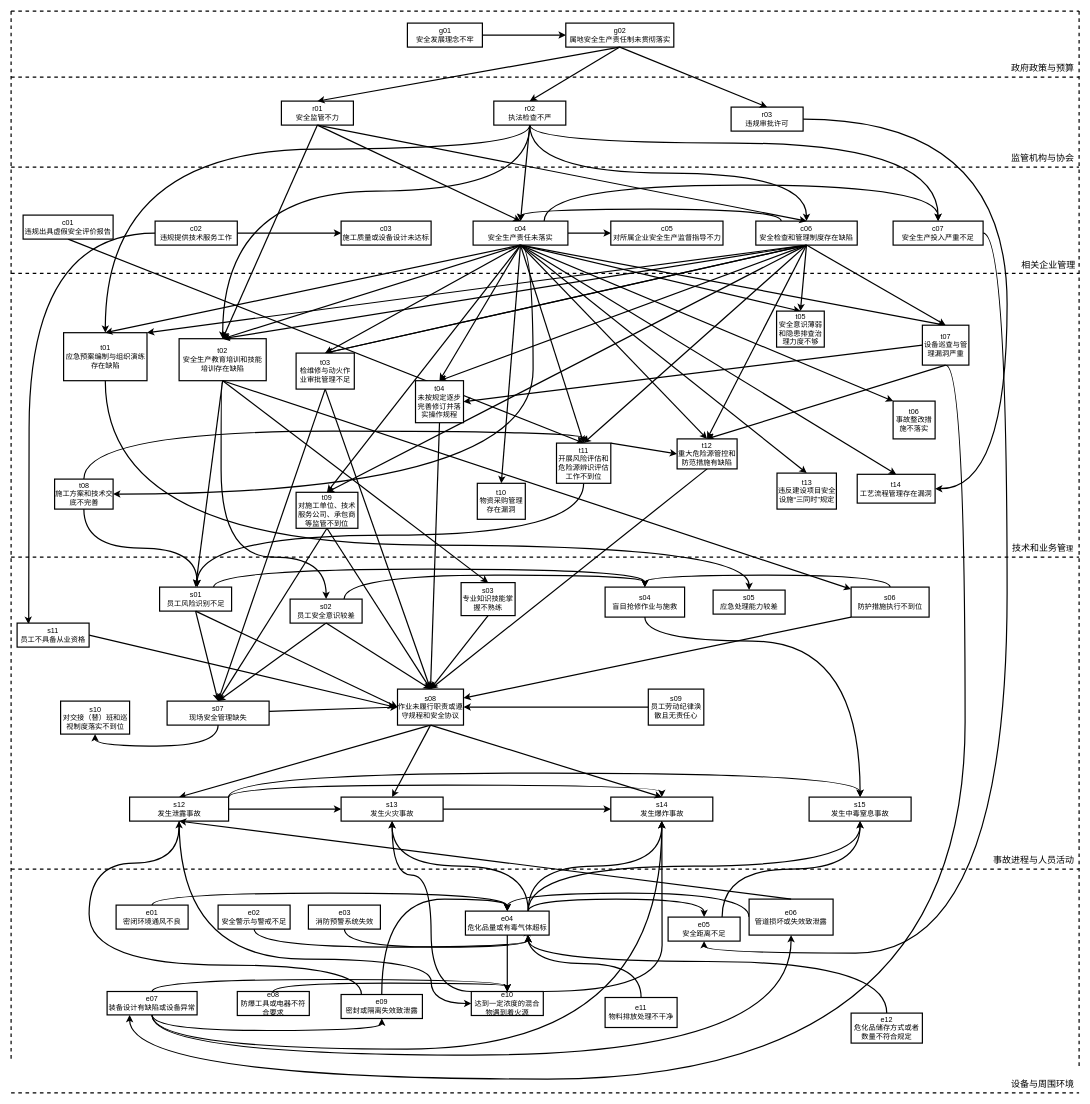
This is 剔除次数少于5.drawio from fangjiarong/docs, a draw.io file, before an edit. Source tidied: cells renumbered, new cells numbered last; positions are measured from the earlier drawing's top-left corner, leaving out a move shared by most shapes. Both pictures are drawn from the tidied source at 60%, with x=0, y=0 at pixel (11, 11).
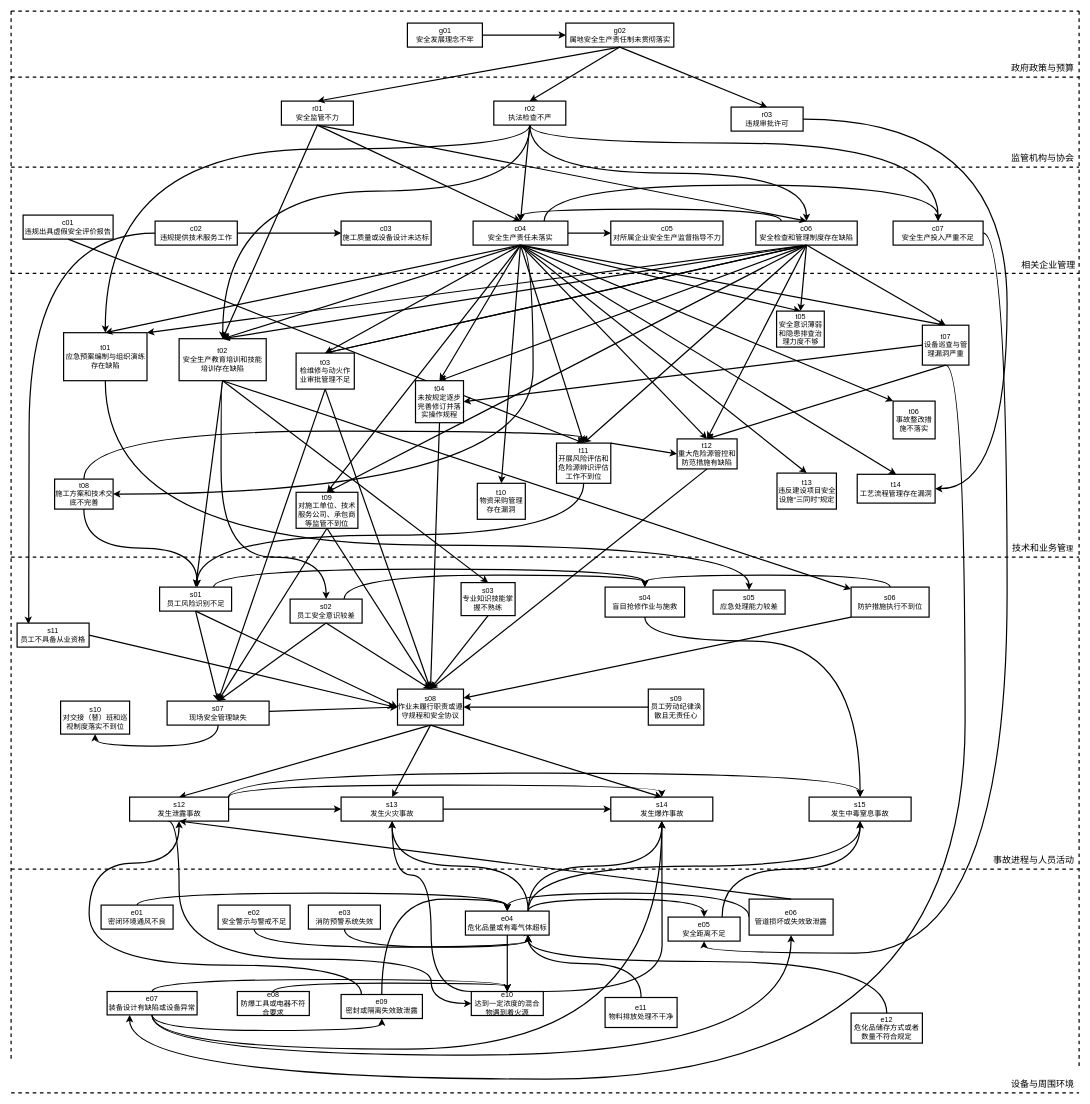
The same page after the edit.

Commit message:
更新剔除次数少于5.drawio

Unchanged cells that the change refers to:
```xml
<mxCell id="83" value="s12&lt;br&gt;发生泄露事故" style="rounded=0;whiteSpace=wrap;html=1;strokeWidth=2;align=center;verticalAlign=middle;labelBorderColor=none;" parent="1" vertex="1">
  <mxGeometry x="197.5" y="1310" width="165" height="40" as="geometry" />
</mxCell>
<mxCell id="105" value="e10&lt;br&gt;达到一定浓度的混合物遇到着火源" style="rounded=0;whiteSpace=wrap;html=1;strokeWidth=2;align=center;verticalAlign=middle;labelBorderColor=none;" parent="1" vertex="1">
  <mxGeometry x="767" y="1634" width="120" height="40" as="geometry" />
</mxCell>
```

Change to the diagram source:
```diff
@@
     <mxCell id="70" value="e01&lt;br&gt;密闭环境通风不良" style="rounded=0;whiteSpace=wrap;html=1;strokeWidth=2;align=center;verticalAlign=middle;labelBorderColor=none;" parent="1" vertex="1">
-      <mxGeometry x="175" y="1490" width="120" height="40" as="geometry" />
+      <mxGeometry x="150" y="1490" width="120" height="40" as="geometry" />
     </mxCell>
@@
-    <mxCell id="79" style="edgeStyle=orthogonalEdgeStyle;curved=1;rounded=0;jettySize=auto;html=1;exitX=0.5;exitY=1;exitDx=0;exitDy=0;entryX=0;entryY=0.5;entryDx=0;entryDy=0;strokeWidth=2;align=center;verticalAlign=middle;labelBorderColor=none;" parent="1" edge="1" source="83" target="105">
+    <mxCell id="79" style="edgeStyle=orthogonalEdgeStyle;curved=1;rounded=0;jettySize=auto;html=1;exitX=0.386;exitY=0.994;exitDx=0;exitDy=0;entryX=0;entryY=0.5;entryDx=0;entryDy=0;strokeWidth=2;align=center;verticalAlign=middle;labelBorderColor=none;exitPerimeter=0;" parent="1" edge="1" source="83" target="105">
       <mxGeometry relative="1" as="geometry">
         <Array as="points">
+          <mxPoint x="280" y="1350" />
           <mxPoint x="280" y="1580" />
           <mxPoint x="700" y="1580" />
           <mxPoint x="700" y="1654" />
         </Array>
       </mxGeometry>
     </mxCell>
```
